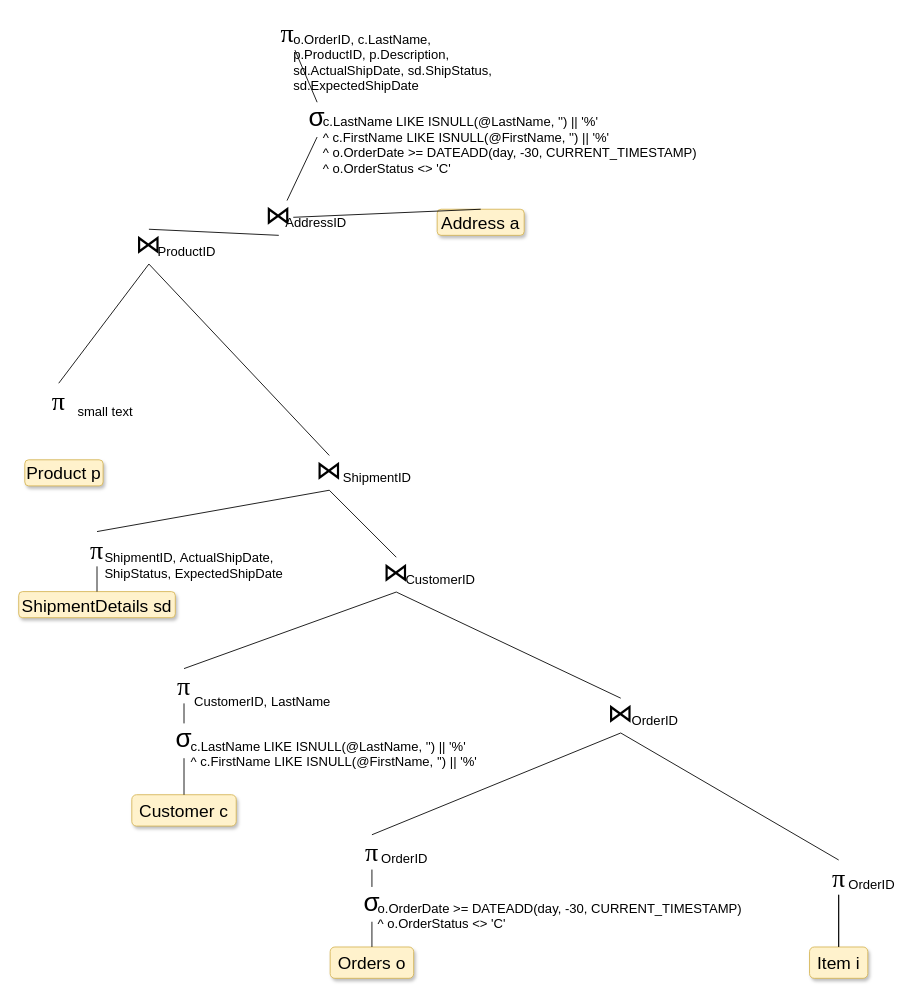
This is page "TH 2: tuning" (4 of 4) of SQLTurning.drawio from nguyenhuy158/diagrams, a draw.io file, before an edit. Source tidied: cells renumbered, new cells numbered last; positions are measured from the earlier drawing's top-left corner, leaving out a move shared by most shapes. Both pictures are drawn from the tidied source at 87%, with x=0, y=0 at pixel (18, 15).
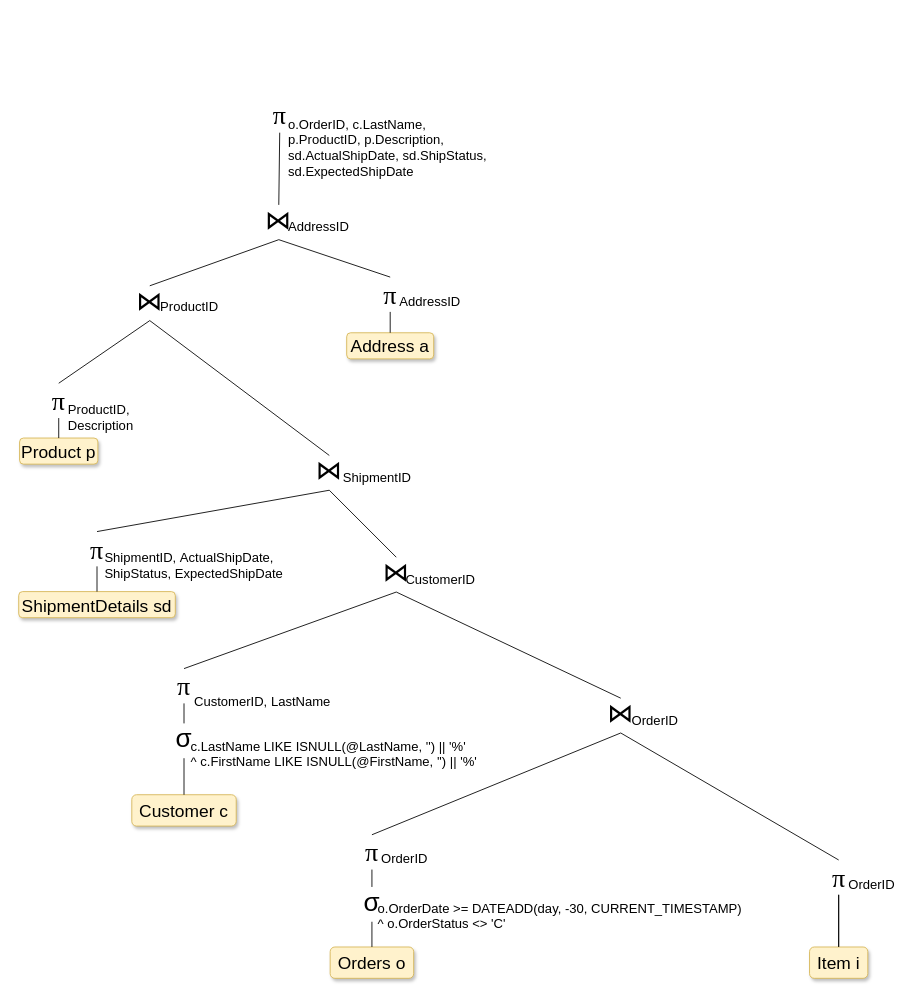
The same diagram, later.

Unchanged cells that the change refers to:
```xml
<mxCell id="57" value="&lt;span id=&quot;docs-internal-guid-24cfe74f-7fff-80c8-4b2b-47ca78d1e50c&quot; style=&quot;font-size: 30px;&quot;&gt;&lt;span style=&quot;font-size: 30px; font-family: &amp;quot;Times New Roman&amp;quot;; background-color: transparent; font-variant-numeric: normal; font-variant-east-asian: normal;&quot;&gt;π&lt;/span&gt;&lt;/span&gt;" style="text;html=1;strokeColor=none;fillColor=none;align=center;verticalAlign=middle;whiteSpace=wrap;rounded=0;fontSize=30;imageWidth=40;imageHeight=40;" parent="1" vertex="1">
  <mxGeometry x="26" y="423" width="40" height="40" as="geometry" />
</mxCell>
```

The edit, as a diff of the source:
```diff
@@
-    <mxCell id="2" style="rounded=0;jettySize=auto;html=1;entryX=0.5;entryY=0;entryDx=0;entryDy=0;endArrow=none;endFill=0;" parent="1" edge="1" source="7" target="10">
-      <mxGeometry relative="1" as="geometry" />
-    </mxCell>
@@
-    <mxCell id="6" style="group;" parent="1" vertex="1">
-      <mxGeometry x="289" width="260" height="100" as="geometry" />
-    </mxCell>
-    <mxCell id="7" value="&lt;span id=&quot;docs-internal-guid-24cfe74f-7fff-80c8-4b2b-47ca78d1e50c&quot; style=&quot;font-size: 30px;&quot;&gt;&lt;span style=&quot;font-size: 30px; font-family: &amp;quot;Times New Roman&amp;quot;; background-color: transparent; font-variant-numeric: normal; font-variant-east-asian: normal;&quot;&gt;π&lt;/span&gt;&lt;/span&gt;" style="text;html=1;strokeColor=none;fillColor=none;align=center;verticalAlign=middle;whiteSpace=wrap;rounded=0;fontSize=30;" parent="6" vertex="1">
-      <mxGeometry width="40" height="40" as="geometry" />
-    </mxCell>
-    <mxCell id="8" value="&lt;div style=&quot;font-size: 15px;&quot;&gt;&lt;span style=&quot;font-size: 15px;&quot;&gt;o.OrderID,&amp;nbsp;&lt;/span&gt;&lt;span style=&quot;background-color: initial;&quot;&gt;c.LastName,&lt;/span&gt;&lt;/div&gt;&lt;div style=&quot;font-size: 15px;&quot;&gt;&lt;span style=&quot;font-size: 15px;&quot;&gt;p.ProductID,&amp;nbsp;&lt;/span&gt;&lt;span style=&quot;background-color: initial;&quot;&gt;p.Description,&lt;/span&gt;&lt;/div&gt;&lt;div style=&quot;font-size: 15px;&quot;&gt;&lt;span style=&quot;font-size: 15px;&quot;&gt;sd.ActualShipDate,&amp;nbsp;&lt;/span&gt;&lt;span style=&quot;background-color: initial;&quot;&gt;sd.ShipStatus,&lt;/span&gt;&lt;/div&gt;&lt;div style=&quot;font-size: 15px;&quot;&gt;&lt;span style=&quot;font-size: 15px;&quot;&gt;sd.ExpectedShipDate&lt;/span&gt;&lt;/div&gt;" style="text;html=1;strokeColor=none;fillColor=none;align=left;verticalAlign=middle;whiteSpace=wrap;rounded=0;fontSize=15;" parent="6" vertex="1">
-      <mxGeometry x="25" y="19" width="230" height="70" as="geometry" />
-    </mxCell>
-    <mxCell id="9" style="group;" parent="1" vertex="1">
-      <mxGeometry x="323" y="100" width="470" height="110" as="geometry" />
-    </mxCell>
-    <mxCell id="10" value="σ&lt;sub&gt;&lt;br&gt;&lt;/sub&gt;" style="text;html=1;strokeColor=none;fillColor=none;align=center;verticalAlign=middle;whiteSpace=wrap;rounded=0;fontSize=30;" parent="9" vertex="1">
-      <mxGeometry width="40" height="40" as="geometry" />
-    </mxCell>
-    <mxCell id="11" value="&lt;div style=&quot;font-size: 15px;&quot;&gt;&lt;div&gt;c.LastName LIKE ISNULL(@LastName, '') || '%'&lt;/div&gt;&lt;div&gt;^ c.FirstName LIKE ISNULL(@FirstName, '') || '%'&lt;/div&gt;&lt;div&gt;^ o.OrderDate &amp;gt;= DATEADD(day, -30, CURRENT_TIMESTAMP)&lt;/div&gt;&lt;div&gt;^ o.OrderStatus &amp;lt;&amp;gt; 'C'&amp;nbsp;&lt;/div&gt;&lt;/div&gt;" style="text;html=1;strokeColor=none;fillColor=none;align=left;verticalAlign=middle;whiteSpace=wrap;rounded=0;fontSize=15;" parent="9" vertex="1">
-      <mxGeometry x="25" y="13" width="440" height="71" as="geometry" />
-    </mxCell>
@@
     <mxCell id="18" value="&lt;div style=&quot;font-size: 20px;&quot;&gt;Product p&lt;br style=&quot;font-size: 20px;&quot;&gt;&lt;/div&gt;" style="text;html=1;strokeColor=#d6b656;fillColor=#fff2cc;align=center;verticalAlign=middle;whiteSpace=wrap;rounded=1;fontSize=20;shadow=1;sketch=0;glass=0;" parent="1" vertex="1">
-      <mxGeometry x="7" y="511" width="90" height="30" as="geometry" />
+      <mxGeometry x="1" y="486" width="90" height="30" as="geometry" />
     </mxCell>
     <mxCell id="19" value="&lt;div style=&quot;font-size: 20px;&quot;&gt;Address a&lt;br style=&quot;font-size: 20px;&quot;&gt;&lt;/div&gt;" style="text;html=1;strokeColor=#d6b656;fillColor=#fff2cc;align=center;verticalAlign=middle;whiteSpace=wrap;rounded=1;fontSize=20;shadow=1;sketch=0;glass=0;" parent="1" vertex="1">
-      <mxGeometry x="481" y="223" width="100" height="30" as="geometry" />
+      <mxGeometry x="377" y="365" width="100" height="30" as="geometry" />
     </mxCell>
-    <mxCell id="20" style="group;" parent="1" vertex="1">
-      <mxGeometry x="289" y="213" width="100" height="40" as="geometry" />
-    </mxCell>
-    <mxCell id="21" value="⋈&lt;sub&gt;&lt;br&gt;&lt;/sub&gt;" style="text;html=1;strokeColor=none;fillColor=none;align=center;verticalAlign=middle;whiteSpace=wrap;rounded=0;fontSize=30;" parent="20" vertex="1">
-      <mxGeometry x="-6.7" width="33.3" height="40" as="geometry" />
-    </mxCell>
-    <mxCell id="22" value="&lt;div style=&quot;&quot;&gt;AddressID&lt;br&gt;&lt;/div&gt;" style="text;html=1;strokeColor=none;fillColor=none;align=left;verticalAlign=middle;whiteSpace=wrap;rounded=0;fontSize=15;" parent="20" vertex="1">
-      <mxGeometry x="16" y="15" width="75" height="20" as="geometry" />
-    </mxCell>
@@
-    <mxCell id="26" style="edgeStyle=none;rounded=0;jettySize=auto;html=1;entryX=0.5;entryY=0;entryDx=0;entryDy=0;fontSize=30;endArrow=none;endFill=0;" parent="1" edge="1" source="21" target="19">
+    <mxCell id="26" style="edgeStyle=none;rounded=0;jettySize=auto;html=1;fontSize=30;endArrow=none;endFill=0;exitX=0.5;exitY=1;exitDx=0;exitDy=0;entryX=0.5;entryY=0;entryDx=0;entryDy=0;" parent="1" edge="1" source="21" target="61">
       <mxGeometry relative="1" as="geometry" />
     </mxCell>
-    <mxCell id="27" style="edgeStyle=none;rounded=0;jettySize=auto;html=1;entryX=0.5;entryY=1;entryDx=0;entryDy=0;fontSize=30;endArrow=none;endFill=0;" parent="1" edge="1" source="21" target="10">
+    <mxCell id="27" style="edgeStyle=none;rounded=0;jettySize=auto;html=1;entryX=0.5;entryY=1;entryDx=0;entryDy=0;fontSize=30;endArrow=none;endFill=0;exitX=0.5;exitY=0;exitDx=0;exitDy=0;" parent="1" edge="1" source="21" target="7">
       <mxGeometry relative="1" as="geometry" />
     </mxCell>
@@
     <mxCell id="55" value="⋈&lt;sub&gt;&lt;br&gt;&lt;/sub&gt;" style="text;html=1;strokeColor=none;fillColor=none;align=center;verticalAlign=middle;whiteSpace=wrap;rounded=0;fontSize=30;" parent="1" vertex="1">
-      <mxGeometry x="133" y="246" width="33.3" height="40" as="geometry" />
+      <mxGeometry x="134" y="311" width="33.3" height="40" as="geometry" />
     </mxCell>
     <mxCell id="56" value="&lt;div style=&quot;&quot;&gt;ProductID&lt;br&gt;&lt;/div&gt;" style="text;html=1;strokeColor=none;fillColor=none;align=left;verticalAlign=middle;whiteSpace=wrap;rounded=0;fontSize=15;" parent="1" vertex="1">
-      <mxGeometry x="158" y="256" width="85" height="30" as="geometry" />
+      <mxGeometry x="161" y="319" width="85" height="30" as="geometry" />
     </mxCell>
+    <mxCell id="59" style="edgeStyle=none;rounded=0;jettySize=auto;html=1;endArrow=none;endFill=0;exitX=0.5;exitY=1;exitDx=0;exitDy=0;entryX=0.5;entryY=0;entryDx=0;entryDy=0;" parent="1" edge="1" source="57" target="18">
+      <mxGeometry relative="1" as="geometry" />
+    </mxCell>
@@
-    <mxCell id="58" value="&lt;div style=&quot;font-size: 15px;&quot;&gt;small text&lt;/div&gt;" style="text;html=1;strokeColor=none;fillColor=none;align=left;verticalAlign=middle;whiteSpace=wrap;rounded=0;fontSize=15;" parent="1" vertex="1">
-      <mxGeometry x="66" y="440" width="81" height="30" as="geometry" />
+    <mxCell id="58" value="&lt;div style=&quot;font-size: 15px;&quot;&gt;ProductID,&lt;/div&gt;&lt;div style=&quot;&quot;&gt;Description&lt;/div&gt;" style="text;html=1;strokeColor=none;fillColor=none;align=left;verticalAlign=middle;whiteSpace=wrap;rounded=0;fontSize=15;" parent="1" vertex="1">
+      <mxGeometry x="55" y="438" width="93" height="48" as="geometry" />
     </mxCell>
+    <mxCell id="60" style="edgeStyle=none;rounded=0;jettySize=auto;html=1;entryX=0.5;entryY=0;entryDx=0;entryDy=0;endArrow=none;endFill=0;exitX=0.5;exitY=1;exitDx=0;exitDy=0;" parent="1" edge="1" source="61" target="19">
+      <mxGeometry relative="1" as="geometry" />
+    </mxCell>
+    <mxCell id="61" value="&lt;span id=&quot;docs-internal-guid-24cfe74f-7fff-80c8-4b2b-47ca78d1e50c&quot; style=&quot;font-size: 30px;&quot;&gt;&lt;span style=&quot;font-size: 30px; font-family: &amp;quot;Times New Roman&amp;quot;; background-color: transparent; font-variant-numeric: normal; font-variant-east-asian: normal;&quot;&gt;π&lt;/span&gt;&lt;/span&gt;" style="text;html=1;strokeColor=none;fillColor=none;align=center;verticalAlign=middle;whiteSpace=wrap;rounded=0;fontSize=30;imageWidth=40;imageHeight=40;" parent="1" vertex="1">
+      <mxGeometry x="407" y="301" width="40" height="40" as="geometry" />
+    </mxCell>
+    <mxCell id="62" value="&lt;div style=&quot;font-size: 15px;&quot;&gt;AddressID&lt;/div&gt;" style="text;html=1;strokeColor=none;fillColor=none;align=left;verticalAlign=middle;whiteSpace=wrap;rounded=0;fontSize=15;" parent="1" vertex="1">
+      <mxGeometry x="436" y="314" width="88" height="30" as="geometry" />
+    </mxCell>
+    <mxCell id="21" value="⋈&lt;sub&gt;&lt;br&gt;&lt;/sub&gt;" style="text;html=1;strokeColor=none;fillColor=none;align=center;verticalAlign=middle;whiteSpace=wrap;rounded=0;fontSize=30;" parent="1" vertex="1">
+      <mxGeometry x="282.3" y="218" width="33.3" height="40" as="geometry" />
+    </mxCell>
+    <mxCell id="22" value="&lt;div style=&quot;&quot;&gt;AddressID&lt;br&gt;&lt;/div&gt;" style="text;html=1;strokeColor=none;fillColor=none;align=left;verticalAlign=middle;whiteSpace=wrap;rounded=0;fontSize=15;" parent="1" vertex="1">
+      <mxGeometry x="308" y="228" width="88" height="30" as="geometry" />
+    </mxCell>
+    <mxCell id="7" value="&lt;span id=&quot;docs-internal-guid-24cfe74f-7fff-80c8-4b2b-47ca78d1e50c&quot; style=&quot;font-size: 30px;&quot;&gt;&lt;span style=&quot;font-size: 30px; font-family: &amp;quot;Times New Roman&amp;quot;; background-color: transparent; font-variant-numeric: normal; font-variant-east-asian: normal;&quot;&gt;π&lt;/span&gt;&lt;/span&gt;" style="text;html=1;strokeColor=none;fillColor=none;align=center;verticalAlign=middle;whiteSpace=wrap;rounded=0;fontSize=30;" parent="1" vertex="1">
+      <mxGeometry x="280" y="95" width="40" height="40" as="geometry" />
+    </mxCell>
+    <mxCell id="8" value="&lt;div style=&quot;font-size: 15px;&quot;&gt;&lt;span style=&quot;font-size: 15px;&quot;&gt;o.OrderID,&amp;nbsp;&lt;/span&gt;&lt;span style=&quot;background-color: initial;&quot;&gt;c.LastName,&lt;/span&gt;&lt;/div&gt;&lt;div style=&quot;font-size: 15px;&quot;&gt;&lt;span style=&quot;font-size: 15px;&quot;&gt;p.ProductID,&amp;nbsp;&lt;/span&gt;&lt;span style=&quot;background-color: initial;&quot;&gt;p.Description,&lt;/span&gt;&lt;/div&gt;&lt;div style=&quot;font-size: 15px;&quot;&gt;&lt;span style=&quot;font-size: 15px;&quot;&gt;sd.ActualShipDate,&amp;nbsp;&lt;/span&gt;&lt;span style=&quot;background-color: initial;&quot;&gt;sd.ShipStatus,&lt;/span&gt;&lt;/div&gt;&lt;div style=&quot;font-size: 15px;&quot;&gt;&lt;span style=&quot;font-size: 15px;&quot;&gt;sd.ExpectedShipDate&lt;/span&gt;&lt;/div&gt;" style="text;html=1;strokeColor=none;fillColor=none;align=left;verticalAlign=middle;whiteSpace=wrap;rounded=0;fontSize=15;" parent="1" vertex="1">
+      <mxGeometry x="308" y="110" width="246" height="84" as="geometry" />
+    </mxCell>
```
